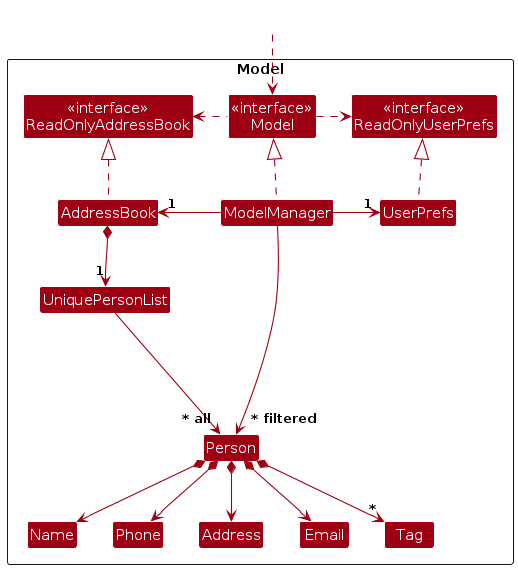
The PlantUML diagram diagrams/ModelClassDiagram.png in AY2627S1-CS2103T-T15-4/tp, before a commit. Its source is kept beside it as diagrams/ModelClassDiagram.puml.
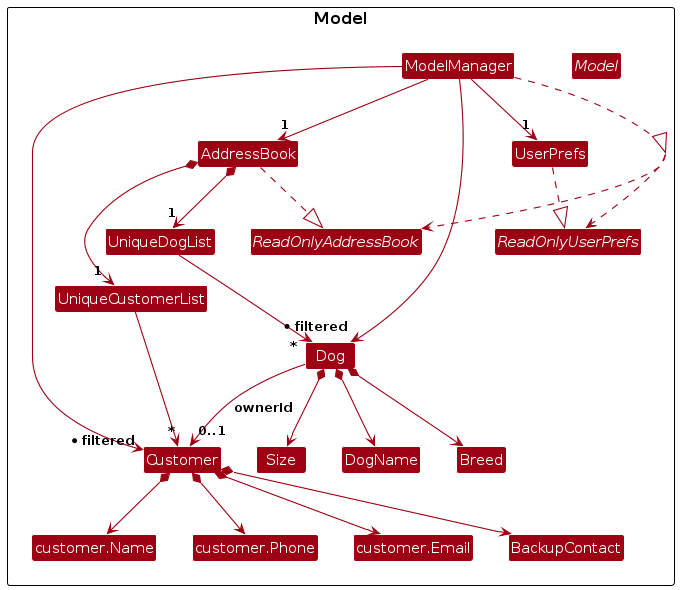
After the commit.

The edit, as a diff of the source:
```diff
@@ -4,51 +4,45 @@
 skinparam arrowColor MODEL_COLOR
 skinparam classBackgroundColor MODEL_COLOR
 
-Package Model as ModelPackage <<Rectangle>>{
-Class "<<interface>>\nReadOnlyAddressBook" as ReadOnlyAddressBook
-Class "<<interface>>\nReadOnlyUserPrefs" as ReadOnlyUserPrefs
-Class "<<interface>>\nModel" as Model
-Class AddressBook
-Class ModelManager
-Class UserPrefs
-
-Class UniquePersonList
-Class Person
-Class Address
-Class Email
-Class Name
-Class Phone
-Class Tag
-
-Class I #FFFFFF
+package Model {
+interface ReadOnlyAddressBook
+interface ReadOnlyUserPrefs
+interface Model
+class ModelManager
+class AddressBook
+class UserPrefs
+class UniqueCustomerList
+class UniqueDogList
+class Customer
+class Dog
+class "customer.Name" as CustomerName
+class "customer.Phone" as CustomerPhone
+class "customer.Email" as CustomerEmail
+class BackupContact
+class DogName
+class Breed
+class Size
 }
 
-Class HiddenOutside #FFFFFF
-HiddenOutside ..> Model
-
-AddressBook .up.|> ReadOnlyAddressBook
-
-ModelManager .up.|> Model
-Model .right.> ReadOnlyUserPrefs
-Model .left.> ReadOnlyAddressBook
-ModelManager -left-> "1" AddressBook
-ModelManager -right-> "1" UserPrefs
-UserPrefs .up.|> ReadOnlyUserPrefs
-
-AddressBook *--> "1" UniquePersonList
-UniquePersonList --> "~* all" Person
-Person *--> Name
-Person *--> Phone
-Person *--> Email
-Person *--> Address
-Person *--> "*" Tag
-
-Person -[hidden]up--> I
-UniquePersonList -[hidden]right-> I
-
-Name -[hidden]right-> Phone
-Phone -[hidden]right-> Address
-Address -[hidden]right-> Email
-
-ModelManager --> "~* filtered" Person
+ModelManager ..|> Model
+ModelManager --> "1" AddressBook
+ModelManager --> "1" UserPrefs
+Model ..> ReadOnlyAddressBook
+Model ..> ReadOnlyUserPrefs
+AddressBook ..|> ReadOnlyAddressBook
+UserPrefs ..|> ReadOnlyUserPrefs
+AddressBook *--> "1" UniqueCustomerList
+AddressBook *--> "1" UniqueDogList
+UniqueCustomerList --> "*" Customer
+UniqueDogList --> "*" Dog
+Customer *--> CustomerName
+Customer *--> CustomerPhone
+Customer *--> CustomerEmail
+Customer *--> BackupContact
+Dog *--> DogName
+Dog *--> Breed
+Dog *--> Size
+Dog --> "0..1" Customer : ownerId
+ModelManager --> "* filtered" Customer
+ModelManager --> "* filtered" Dog
 @enduml
```
